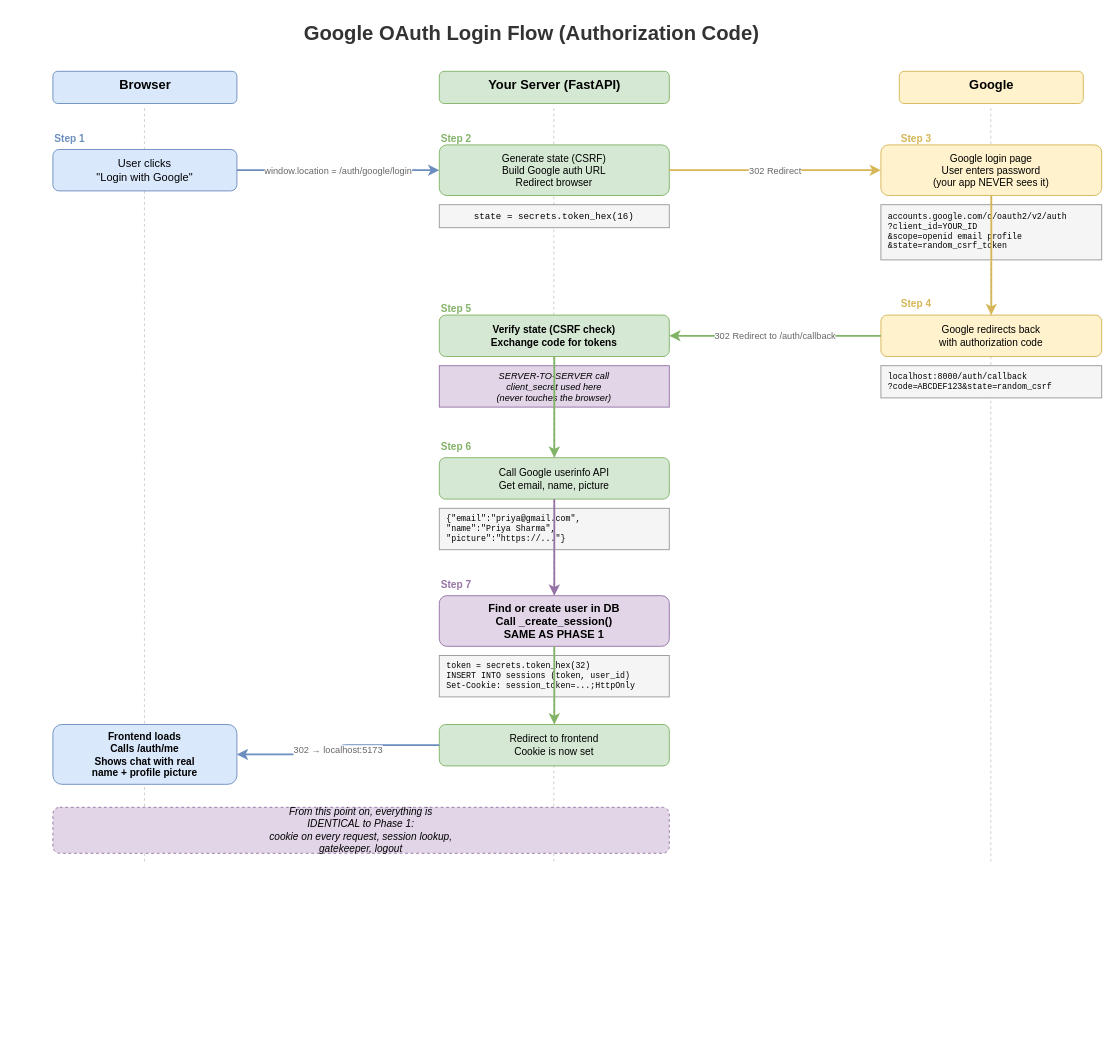
Above: diagrams/04-google-login-flow.drawio in fnusatvik07/sso-authbasics (draw.io), before the change. Source tidied: cells renumbered, new cells numbered last; positions are measured from the earlier drawing's top-left corner, leaving out a move shared by most shapes. Both pictures are drawn from the tidied source at 92%, with x=0, y=0 at pixel (52, 16).
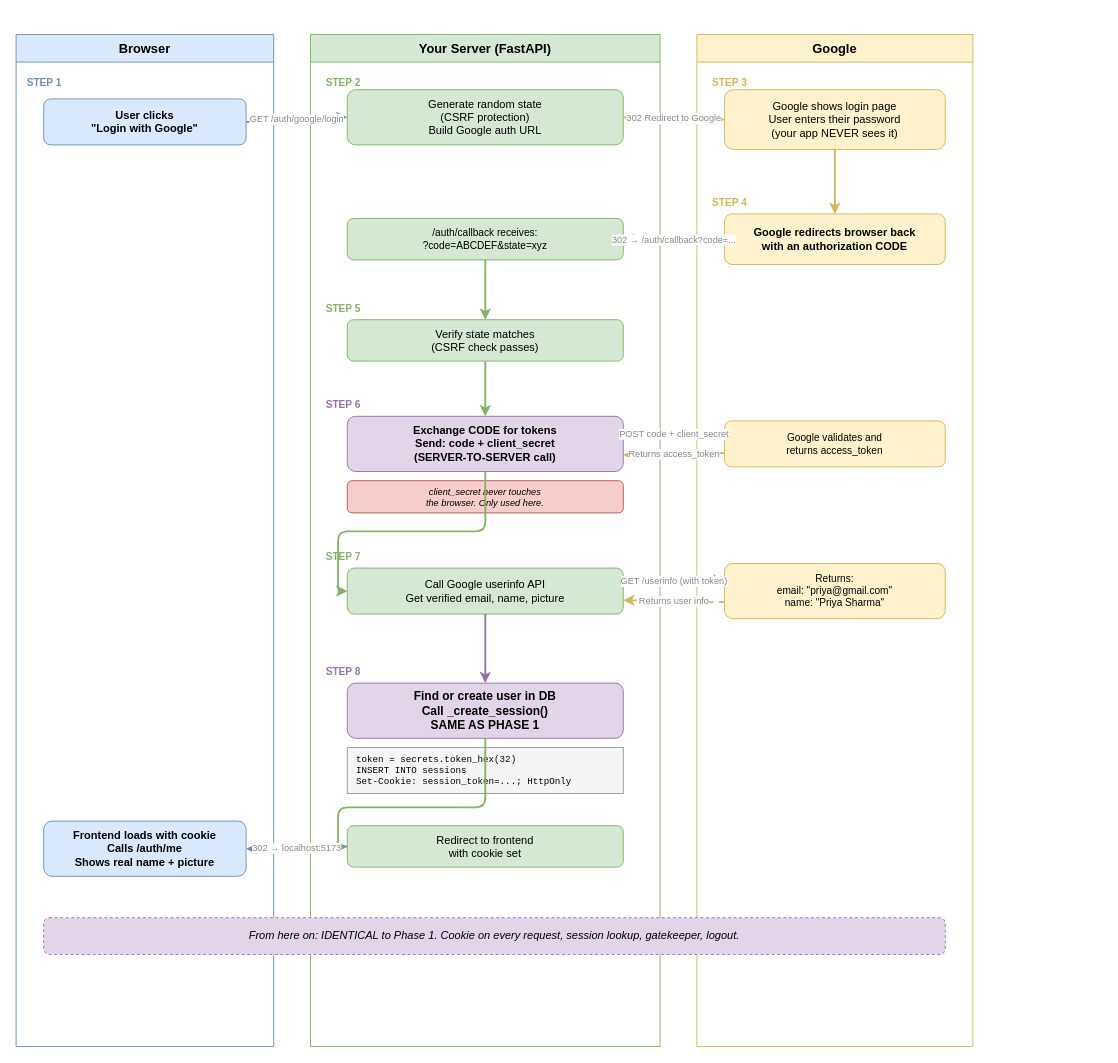
After the change.

Commit message (it also covers changes not shown here):
Rebuild diagrams 04 and 05 for clarity

Diff of the diagram source:
```diff
@@
-    <mxCell id="2" value="Google OAuth Login Flow (Authorization Code)" style="text;html=1;fontSize=22;fontStyle=1;fillColor=none;strokeColor=none;fontColor=#333333;align=center;" parent="1" vertex="1">
-      <mxGeometry x="270" width="500" height="40" as="geometry" />
-    </mxCell>
-    <mxCell id="3" value="Browser" style="text;html=1;fontSize=14;fontStyle=1;fillColor=#dae8fc;strokeColor=#6c8ebf;align=center;rounded=1;" parent="1" vertex="1">
-      <mxGeometry y="60" width="200" height="35" as="geometry" />
+    <mxCell id="3" value="Browser" style="swimlane;startSize=30;fillColor=#dae8fc;strokeColor=#6c8ebf;fontStyle=1;fontSize=14;" parent="1" vertex="1">
+      <mxGeometry x="-40" y="20" width="280" height="1100" as="geometry" />
     </mxCell>
-    <mxCell id="4" value="Your Server (FastAPI)" style="text;html=1;fontSize=14;fontStyle=1;fillColor=#d5e8d4;strokeColor=#82b366;align=center;rounded=1;" parent="1" vertex="1">
-      <mxGeometry x="420" y="60" width="250" height="35" as="geometry" />
+    <mxCell id="4" value="Your Server (FastAPI)" style="swimlane;startSize=30;fillColor=#d5e8d4;strokeColor=#82b366;fontStyle=1;fontSize=14;" parent="1" vertex="1">
+      <mxGeometry x="280" y="20" width="380" height="1100" as="geometry" />
     </mxCell>
-    <mxCell id="5" value="Google" style="text;html=1;fontSize=14;fontStyle=1;fillColor=#fff2cc;strokeColor=#d6b656;align=center;rounded=1;" parent="1" vertex="1">
-      <mxGeometry x="920" y="60" width="200" height="35" as="geometry" />
+    <mxCell id="5" value="Google" style="swimlane;startSize=30;fillColor=#fff2cc;strokeColor=#d6b656;fontStyle=1;fontSize=14;" parent="1" vertex="1">
+      <mxGeometry x="700" y="20" width="300" height="1100" as="geometry" />
     </mxCell>
-    <mxCell id="6" style="line;strokeWidth=1;strokeColor=#cccccc;dashed=1;direction=south;" parent="1" vertex="1">
-      <mxGeometry x="99" y="100" width="1" height="820" as="geometry" />
-    </mxCell>
-    <mxCell id="7" style="line;strokeWidth=1;strokeColor=#cccccc;dashed=1;direction=south;" parent="1" vertex="1">
-      <mxGeometry x="544" y="100" width="1" height="820" as="geometry" />
-    </mxCell>
-    <mxCell id="8" style="line;strokeWidth=1;strokeColor=#cccccc;dashed=1;direction=south;" parent="1" vertex="1">
-      <mxGeometry x="1019" y="100" width="1" height="820" as="geometry" />
-    </mxCell>
-    <mxCell id="9" value="Step 1" style="text;html=1;fontSize=11;fontStyle=1;fillColor=none;strokeColor=none;fontColor=#6c8ebf;" parent="1" vertex="1">
-      <mxGeometry y="120" width="60" height="20" as="geometry" />
-    </mxCell>
+    <mxCell id="40" value="STEP 1" style="text;html=1;fontSize=11;fontStyle=1;fillColor=none;strokeColor=none;fontColor=#6c8ebf;" parent="1" vertex="1">
+      <mxGeometry x="-30" y="60" width="60" height="20" as="geometry" />
+    </mxCell>
-    <mxCell id="10" value="User clicks&#10;&quot;Login with Google&quot;" style="rounded=1;whiteSpace=wrap;html=1;fillColor=#dae8fc;strokeColor=#6c8ebf;fontSize=12;" parent="1" vertex="1">
-      <mxGeometry y="145" width="200" height="45" as="geometry" />
+    <mxCell id="10" value="User clicks&#10;&quot;Login with Google&quot;" style="rounded=1;whiteSpace=wrap;html=1;fillColor=#dae8fc;strokeColor=#6c8ebf;fontSize=12;fontStyle=1;" parent="1" vertex="1">
+      <mxGeometry x="-10" y="90" width="220" height="50" as="geometry" />
     </mxCell>
-    <mxCell id="11" value="window.location = /auth/google/login" style="edgeStyle=orthogonalEdgeStyle;rounded=1;html=1;strokeColor=#6c8ebf;strokeWidth=2;fontSize=10;fontColor=#666666;" parent="1" edge="1" source="10" target="13">
+    <mxCell id="11" value="GET /auth/google/login" style="edgeStyle=orthogonalEdgeStyle;rounded=1;jettySize=auto;html=1;strokeColor=#6c8ebf;strokeWidth=2;fontSize=10;fontColor=#888888;" parent="1" edge="1" source="10" target="13">
       <mxGeometry relative="1" as="geometry" />
     </mxCell>
-    <mxCell id="12" value="Step 2" style="text;html=1;fontSize=11;fontStyle=1;fillColor=none;strokeColor=none;fontColor=#82b366;" parent="1" vertex="1">
-      <mxGeometry x="420" y="120" width="60" height="20" as="geometry" />
-    </mxCell>
+    <mxCell id="41" value="STEP 2" style="text;html=1;fontSize=11;fontStyle=1;fillColor=none;strokeColor=none;fontColor=#82b366;" parent="1" vertex="1">
+      <mxGeometry x="295" y="60" width="60" height="20" as="geometry" />
+    </mxCell>
-    <mxCell id="13" value="Generate state (CSRF)&#10;Build Google auth URL&#10;Redirect browser" style="rounded=1;whiteSpace=wrap;html=1;fillColor=#d5e8d4;strokeColor=#82b366;fontSize=11;" parent="1" vertex="1">
-      <mxGeometry x="420" y="140" width="250" height="55" as="geometry" />
+    <mxCell id="13" value="Generate random state&#10;(CSRF protection)&#10;Build Google auth URL" style="rounded=1;whiteSpace=wrap;html=1;fillColor=#d5e8d4;strokeColor=#82b366;fontSize=12;" parent="1" vertex="1">
+      <mxGeometry x="320" y="80" width="300" height="60" as="geometry" />
     </mxCell>
-    <mxCell id="14" value="state = secrets.token_hex(16)" style="rounded=0;whiteSpace=wrap;html=1;fillColor=#f5f5f5;strokeColor=#999999;fontSize=10;fontFamily=Courier New;" parent="1" vertex="1">
-      <mxGeometry x="420" y="205" width="250" height="25" as="geometry" />
-    </mxCell>
-    <mxCell id="15" value="302 Redirect" style="edgeStyle=orthogonalEdgeStyle;rounded=1;html=1;strokeColor=#d6b656;strokeWidth=2;fontSize=10;fontColor=#666666;exitX=1;exitY=0.5;exitDx=0;exitDy=0;entryX=0;entryY=0.5;entryDx=0;entryDy=0;" parent="1" edge="1" source="13" target="17">
+    <mxCell id="15" value="302 Redirect to Google" style="edgeStyle=orthogonalEdgeStyle;rounded=1;jettySize=auto;html=1;strokeColor=#d6b656;strokeWidth=2;fontSize=10;fontColor=#888888;exitX=1;exitY=0.5;exitDx=0;exitDy=0;entryX=0;entryY=0.5;entryDx=0;entryDy=0;" parent="1" edge="1" source="13" target="17">
       <mxGeometry relative="1" as="geometry" />
     </mxCell>
-    <mxCell id="16" value="Step 3" style="text;html=1;fontSize=11;fontStyle=1;fillColor=none;strokeColor=none;fontColor=#d6b656;" parent="1" vertex="1">
-      <mxGeometry x="920" y="120" width="60" height="20" as="geometry" />
-    </mxCell>
+    <mxCell id="42" value="STEP 3" style="text;html=1;fontSize=11;fontStyle=1;fillColor=none;strokeColor=none;fontColor=#d6b656;" parent="1" vertex="1">
+      <mxGeometry x="715" y="60" width="60" height="20" as="geometry" />
+    </mxCell>
-    <mxCell id="17" value="Google login page&#10;User enters password&#10;(your app NEVER sees it)" style="rounded=1;whiteSpace=wrap;html=1;fillColor=#fff2cc;strokeColor=#d6b656;fontSize=11;fontStyle=0;" parent="1" vertex="1">
-      <mxGeometry x="900" y="140" width="240" height="55" as="geometry" />
+    <mxCell id="17" value="Google shows login page&#10;User enters their password&#10;(your app NEVER sees it)" style="rounded=1;whiteSpace=wrap;html=1;fillColor=#fff2cc;strokeColor=#d6b656;fontSize=12;" parent="1" vertex="1">
+      <mxGeometry x="730" y="80" width="240" height="65" as="geometry" />
     </mxCell>
-    <mxCell id="18" value="accounts.google.com/o/oauth2/v2/auth&#10;?client_id=YOUR_ID&#10;&amp;scope=openid email profile&#10;&amp;state=random_csrf_token" style="rounded=0;whiteSpace=wrap;html=1;fillColor=#f5f5f5;strokeColor=#999999;fontSize=9;fontFamily=Courier New;align=left;spacingLeft=6;" parent="1" vertex="1">
-      <mxGeometry x="900" y="205" width="240" height="60" as="geometry" />
-    </mxCell>
-    <mxCell id="19" value="Step 4" style="text;html=1;fontSize=11;fontStyle=1;fillColor=none;strokeColor=none;fontColor=#d6b656;" parent="1" vertex="1">
-      <mxGeometry x="920" y="300" width="60" height="20" as="geometry" />
-    </mxCell>
+    <mxCell id="43" value="STEP 4" style="text;html=1;fontSize=11;fontStyle=1;fillColor=none;strokeColor=none;fontColor=#d6b656;" parent="1" vertex="1">
+      <mxGeometry x="715" y="190" width="60" height="20" as="geometry" />
+    </mxCell>
-    <mxCell id="20" value="Google redirects back&#10;with authorization code" style="rounded=1;whiteSpace=wrap;html=1;fillColor=#fff2cc;strokeColor=#d6b656;fontSize=11;" parent="1" vertex="1">
-      <mxGeometry x="900" y="325" width="240" height="45" as="geometry" />
+    <mxCell id="20" value="Google redirects browser back&#10;with an authorization CODE" style="rounded=1;whiteSpace=wrap;html=1;fillColor=#fff2cc;strokeColor=#d6b656;fontSize=12;fontStyle=1;" parent="1" vertex="1">
+      <mxGeometry x="730" y="215" width="240" height="55" as="geometry" />
     </mxCell>
-    <mxCell id="21" value="localhost:8000/auth/callback&#10;?code=ABCDEF123&amp;state=random_csrf" style="rounded=0;whiteSpace=wrap;html=1;fillColor=#f5f5f5;strokeColor=#999999;fontSize=9;fontFamily=Courier New;align=left;spacingLeft=6;" parent="1" vertex="1">
-      <mxGeometry x="900" y="380" width="240" height="35" as="geometry" />
-    </mxCell>
-    <mxCell id="22" style="edgeStyle=orthogonalEdgeStyle;rounded=1;html=1;strokeColor=#d6b656;strokeWidth=2;" parent="1" edge="1" source="17" target="20">
+    <mxCell id="22" style="edgeStyle=orthogonalEdgeStyle;rounded=1;jettySize=auto;html=1;strokeColor=#d6b656;strokeWidth=2;" parent="1" edge="1" source="17" target="20">
       <mxGeometry relative="1" as="geometry" />
     </mxCell>
-    <mxCell id="23" value="302 Redirect to /auth/callback" style="edgeStyle=orthogonalEdgeStyle;rounded=1;html=1;strokeColor=#82b366;strokeWidth=2;fontSize=10;fontColor=#666666;exitX=0;exitY=0.5;exitDx=0;exitDy=0;entryX=1;entryY=0.5;entryDx=0;entryDy=0;" parent="1" edge="1" source="20" target="25">
-      <mxGeometry relative="1" as="geometry" />
-    </mxCell>
-    <mxCell id="24" value="Step 5" style="text;html=1;fontSize=11;fontStyle=1;fillColor=none;strokeColor=none;fontColor=#82b366;" parent="1" vertex="1">
-      <mxGeometry x="420" y="305" width="60" height="20" as="geometry" />
-    </mxCell>
+    <mxCell id="44" value="/auth/callback receives:&#10;?code=ABCDEF&amp;state=xyz" style="rounded=1;whiteSpace=wrap;html=1;fillColor=#d5e8d4;strokeColor=#82b366;fontSize=11;" parent="1" vertex="1">
+      <mxGeometry x="320" y="220" width="300" height="45" as="geometry" />
+    </mxCell>
+    <mxCell id="45" value="302 → /auth/callback?code=..." style="edgeStyle=orthogonalEdgeStyle;rounded=1;jettySize=auto;html=1;strokeColor=#82b366;strokeWidth=2;fontSize=10;fontColor=#888888;exitX=0;exitY=0.5;exitDx=0;exitDy=0;entryX=1;entryY=0.5;entryDx=0;entryDy=0;" parent="1" edge="1" source="20" target="44">
+      <mxGeometry relative="1" as="geometry" />
+    </mxCell>
+    <mxCell id="46" value="STEP 5" style="text;html=1;fontSize=11;fontStyle=1;fillColor=none;strokeColor=none;fontColor=#82b366;" parent="1" vertex="1">
+      <mxGeometry x="295" y="305" width="60" height="20" as="geometry" />
+    </mxCell>
-    <mxCell id="25" value="Verify state (CSRF check)&#10;Exchange code for tokens" style="rounded=1;whiteSpace=wrap;html=1;fillColor=#d5e8d4;strokeColor=#82b366;fontSize=11;fontStyle=1;" parent="1" vertex="1">
-      <mxGeometry x="420" y="325" width="250" height="45" as="geometry" />
+    <mxCell id="25" value="Verify state matches&#10;(CSRF check passes)" style="rounded=1;whiteSpace=wrap;html=1;fillColor=#d5e8d4;strokeColor=#82b366;fontSize=12;" parent="1" vertex="1">
+      <mxGeometry x="320" y="330" width="300" height="45" as="geometry" />
     </mxCell>
-    <mxCell id="26" value="SERVER-TO-SERVER call&#10;client_secret used here&#10;(never touches the browser)" style="rounded=0;whiteSpace=wrap;html=1;fillColor=#e1d5e7;strokeColor=#9673a6;fontSize=10;fontStyle=2;" parent="1" vertex="1">
-      <mxGeometry x="420" y="380" width="250" height="45" as="geometry" />
-    </mxCell>
-    <mxCell id="27" value="Step 6" style="text;html=1;fontSize=11;fontStyle=1;fillColor=none;strokeColor=none;fontColor=#82b366;" parent="1" vertex="1">
-      <mxGeometry x="420" y="455" width="60" height="20" as="geometry" />
-    </mxCell>
+    <mxCell id="47" style="edgeStyle=orthogonalEdgeStyle;rounded=1;jettySize=auto;html=1;strokeColor=#82b366;strokeWidth=2;" parent="1" edge="1" source="44" target="25">
+      <mxGeometry relative="1" as="geometry" />
+    </mxCell>
+    <mxCell id="48" value="STEP 6" style="text;html=1;fontSize=11;fontStyle=1;fillColor=none;strokeColor=none;fontColor=#9673a6;" parent="1" vertex="1">
+      <mxGeometry x="295" y="410" width="60" height="20" as="geometry" />
+    </mxCell>
-    <mxCell id="28" value="Call Google userinfo API&#10;Get email, name, picture" style="rounded=1;whiteSpace=wrap;html=1;fillColor=#d5e8d4;strokeColor=#82b366;fontSize=11;" parent="1" vertex="1">
-      <mxGeometry x="420" y="480" width="250" height="45" as="geometry" />
+    <mxCell id="28" value="Exchange CODE for tokens&#10;Send: code + client_secret&#10;(SERVER-TO-SERVER call)" style="rounded=1;whiteSpace=wrap;html=1;fillColor=#e1d5e7;strokeColor=#9673a6;fontSize=12;fontStyle=1;" parent="1" vertex="1">
+      <mxGeometry x="320" y="435" width="300" height="60" as="geometry" />
     </mxCell>
-    <mxCell id="29" value="{&quot;email&quot;:&quot;priya@gmail.com&quot;,&#10; &quot;name&quot;:&quot;Priya Sharma&quot;,&#10; &quot;picture&quot;:&quot;https://...&quot;}" style="rounded=0;whiteSpace=wrap;html=1;fillColor=#f5f5f5;strokeColor=#999999;fontSize=9;fontFamily=Courier New;align=left;spacingLeft=6;" parent="1" vertex="1">
-      <mxGeometry x="420" y="535" width="250" height="45" as="geometry" />
-    </mxCell>
-    <mxCell id="30" style="edgeStyle=orthogonalEdgeStyle;rounded=1;html=1;strokeColor=#82b366;strokeWidth=2;" parent="1" edge="1" source="25" target="28">
+    <mxCell id="30" style="edgeStyle=orthogonalEdgeStyle;rounded=1;jettySize=auto;html=1;strokeColor=#82b366;strokeWidth=2;" parent="1" edge="1" source="25" target="28">
       <mxGeometry relative="1" as="geometry" />
     </mxCell>
-    <mxCell id="31" value="Step 7" style="text;html=1;fontSize=11;fontStyle=1;fillColor=none;strokeColor=none;fontColor=#9673a6;" parent="1" vertex="1">
-      <mxGeometry x="420" y="605" width="60" height="20" as="geometry" />
-    </mxCell>
+    <mxCell id="49" value="Google validates and&#10;returns access_token" style="rounded=1;whiteSpace=wrap;html=1;fillColor=#fff2cc;strokeColor=#d6b656;fontSize=11;" parent="1" vertex="1">
+      <mxGeometry x="730" y="440" width="240" height="50" as="geometry" />
+    </mxCell>
+    <mxCell id="50" value="POST code + client_secret" style="edgeStyle=orthogonalEdgeStyle;rounded=1;jettySize=auto;html=1;strokeColor=#9673a6;strokeWidth=2;fontSize=10;fontColor=#888888;exitX=1;exitY=0.3;exitDx=0;exitDy=0;entryX=0;entryY=0.3;entryDx=0;entryDy=0;" parent="1" edge="1" source="28" target="49">
+      <mxGeometry relative="1" as="geometry" />
+    </mxCell>
+    <mxCell id="51" value="Returns access_token" style="edgeStyle=orthogonalEdgeStyle;rounded=1;jettySize=auto;html=1;strokeColor=#d6b656;strokeWidth=2;dashed=1;fontSize=10;fontColor=#888888;exitX=0;exitY=0.7;exitDx=0;exitDy=0;entryX=1;entryY=0.7;entryDx=0;entryDy=0;" parent="1" edge="1" source="49" target="28">
+      <mxGeometry relative="1" as="geometry" />
+    </mxCell>
+    <mxCell id="52" value="client_secret never touches&#10;the browser. Only used here." style="rounded=1;whiteSpace=wrap;html=1;fillColor=#f8cecc;strokeColor=#b85450;fontSize=10;fontStyle=2;align=center;" parent="1" vertex="1">
+      <mxGeometry x="320" y="505" width="300" height="35" as="geometry" />
+    </mxCell>
+    <mxCell id="53" value="STEP 7" style="text;html=1;fontSize=11;fontStyle=1;fillColor=none;strokeColor=none;fontColor=#82b366;" parent="1" vertex="1">
+      <mxGeometry x="295" y="575" width="60" height="20" as="geometry" />
+    </mxCell>
-    <mxCell id="32" value="Find or create user in DB&#10;Call _create_session()&#10;SAME AS PHASE 1" style="rounded=1;whiteSpace=wrap;html=1;fillColor=#e1d5e7;strokeColor=#9673a6;fontSize=12;fontStyle=1;" parent="1" vertex="1">
-      <mxGeometry x="420" y="630" width="250" height="55" as="geometry" />
+    <mxCell id="32" value="Call Google userinfo API&#10;Get verified email, name, picture" style="rounded=1;whiteSpace=wrap;html=1;fillColor=#d5e8d4;strokeColor=#82b366;fontSize=12;" parent="1" vertex="1">
+      <mxGeometry x="320" y="600" width="300" height="50" as="geometry" />
     </mxCell>
-    <mxCell id="33" value="token = secrets.token_hex(32)&#10;INSERT INTO sessions (token, user_id)&#10;Set-Cookie: session_token=...;HttpOnly" style="rounded=0;whiteSpace=wrap;html=1;fillColor=#f5f5f5;strokeColor=#999999;fontSize=9;fontFamily=Courier New;align=left;spacingLeft=6;" parent="1" vertex="1">
-      <mxGeometry x="420" y="695" width="250" height="45" as="geometry" />
-    </mxCell>
-    <mxCell id="34" style="edgeStyle=orthogonalEdgeStyle;rounded=1;html=1;strokeColor=#9673a6;strokeWidth=2;" parent="1" edge="1" source="28" target="32">
-      <mxGeometry relative="1" as="geometry" />
+    <mxCell id="34" style="edgeStyle=orthogonalEdgeStyle;rounded=1;jettySize=auto;html=1;strokeColor=#82b366;strokeWidth=2;" parent="1" edge="1" source="28" target="32">
+      <mxGeometry relative="1" as="geometry">
+        <Array as="points">
+          <mxPoint x="310" y="560" />
+          <mxPoint x="310" y="625" />
+        </Array>
+      </mxGeometry>
     </mxCell>
+    <mxCell id="54" value="Returns:&#10;email: &quot;priya@gmail.com&quot;&#10;name: &quot;Priya Sharma&quot;" style="rounded=1;whiteSpace=wrap;html=1;fillColor=#fff2cc;strokeColor=#d6b656;fontSize=11;" parent="1" vertex="1">
+      <mxGeometry x="730" y="595" width="240" height="60" as="geometry" />
+    </mxCell>
+    <mxCell id="55" value="GET /userinfo (with token)" style="edgeStyle=orthogonalEdgeStyle;rounded=1;jettySize=auto;html=1;strokeColor=#82b366;strokeWidth=2;fontSize=10;fontColor=#888888;exitX=1;exitY=0.3;exitDx=0;exitDy=0;entryX=0;entryY=0.3;entryDx=0;entryDy=0;" parent="1" edge="1" source="32" target="54">
+      <mxGeometry relative="1" as="geometry" />
+    </mxCell>
+    <mxCell id="56" value="Returns user info" style="edgeStyle=orthogonalEdgeStyle;rounded=1;jettySize=auto;html=1;strokeColor=#d6b656;strokeWidth=2;dashed=1;fontSize=10;fontColor=#888888;exitX=0;exitY=0.7;exitDx=0;exitDy=0;entryX=1;entryY=0.7;entryDx=0;entryDy=0;" parent="1" edge="1" source="54" target="32">
+      <mxGeometry relative="1" as="geometry" />
+    </mxCell>
+    <mxCell id="57" value="STEP 8" style="text;html=1;fontSize=11;fontStyle=1;fillColor=none;strokeColor=none;fontColor=#9673a6;" parent="1" vertex="1">
+      <mxGeometry x="295" y="700" width="60" height="20" as="geometry" />
+    </mxCell>
-    <mxCell id="35" value="Redirect to frontend&#10;Cookie is now set" style="rounded=1;whiteSpace=wrap;html=1;fillColor=#d5e8d4;strokeColor=#82b366;fontSize=11;" parent="1" vertex="1">
-      <mxGeometry x="420" y="770" width="250" height="45" as="geometry" />
+    <mxCell id="35" value="Find or create user in DB&#10;Call _create_session()&#10;SAME AS PHASE 1" style="rounded=1;whiteSpace=wrap;html=1;fillColor=#e1d5e7;strokeColor=#9673a6;fontSize=13;fontStyle=1;" parent="1" vertex="1">
+      <mxGeometry x="320" y="725" width="300" height="60" as="geometry" />
     </mxCell>
-    <mxCell id="36" style="edgeStyle=orthogonalEdgeStyle;rounded=1;html=1;strokeColor=#82b366;strokeWidth=2;" parent="1" edge="1" source="32" target="35">
+    <mxCell id="36" style="edgeStyle=orthogonalEdgeStyle;rounded=1;jettySize=auto;html=1;strokeColor=#9673a6;strokeWidth=2;" parent="1" edge="1" source="32" target="35">
       <mxGeometry relative="1" as="geometry" />
     </mxCell>
+    <mxCell id="58" value="token = secrets.token_hex(32)&#10;INSERT INTO sessions&#10;Set-Cookie: session_token=...; HttpOnly" style="rounded=0;whiteSpace=wrap;html=1;fillColor=#f5f5f5;strokeColor=#999999;fontSize=10;fontFamily=Courier New;align=left;spacingLeft=8;" parent="1" vertex="1">
+      <mxGeometry x="320" y="795" width="300" height="50" as="geometry" />
+    </mxCell>
-    <mxCell id="37" value="Frontend loads&#10;Calls /auth/me&#10;Shows chat with real&#10;name + profile picture" style="rounded=1;whiteSpace=wrap;html=1;fillColor=#dae8fc;strokeColor=#6c8ebf;fontSize=11;fontStyle=1;" parent="1" vertex="1">
-      <mxGeometry y="770" width="200" height="65" as="geometry" />
+    <mxCell id="37" value="Redirect to frontend&#10;with cookie set" style="rounded=1;whiteSpace=wrap;html=1;fillColor=#d5e8d4;strokeColor=#82b366;fontSize=12;" parent="1" vertex="1">
+      <mxGeometry x="320" y="880" width="300" height="45" as="geometry" />
     </mxCell>
+    <mxCell id="59" style="edgeStyle=orthogonalEdgeStyle;rounded=1;jettySize=auto;html=1;strokeColor=#82b366;strokeWidth=2;" parent="1" edge="1" source="35" target="37">
+      <mxGeometry relative="1" as="geometry">
+        <Array as="points">
+          <mxPoint x="310" y="860" />
+          <mxPoint x="310" y="903" />
+        </Array>
+      </mxGeometry>
+    </mxCell>
+    <mxCell id="60" value="Frontend loads with cookie&#10;Calls /auth/me&#10;Shows real name + picture" style="rounded=1;whiteSpace=wrap;html=1;fillColor=#dae8fc;strokeColor=#6c8ebf;fontSize=12;fontStyle=1;" parent="1" vertex="1">
+      <mxGeometry x="-10" y="875" width="220" height="60" as="geometry" />
+    </mxCell>
-    <mxCell id="38" value="302 → localhost:5173" style="edgeStyle=orthogonalEdgeStyle;rounded=1;html=1;strokeColor=#6c8ebf;strokeWidth=2;fontSize=10;fontColor=#666666;exitX=0;exitY=0.5;exitDx=0;exitDy=0;entryX=1;entryY=0.5;entryDx=0;entryDy=0;" parent="1" edge="1" source="35" target="37">
+    <mxCell id="38" value="302 → localhost:5173" style="edgeStyle=orthogonalEdgeStyle;rounded=1;jettySize=auto;html=1;strokeColor=#6c8ebf;strokeWidth=2;fontSize=10;fontColor=#888888;exitX=0;exitY=0.5;exitDx=0;exitDy=0;entryX=1;entryY=0.5;entryDx=0;entryDy=0;" parent="1" edge="1" source="37" target="60">
       <mxGeometry relative="1" as="geometry" />
     </mxCell>
-    <mxCell id="39" value="From this point on, everything is&#10;IDENTICAL to Phase 1:&#10;cookie on every request, session lookup,&#10;gatekeeper, logout" style="rounded=1;whiteSpace=wrap;html=1;fillColor=#e1d5e7;strokeColor=#9673a6;fontSize=11;fontStyle=2;align=center;dashed=1;" parent="1" vertex="1">
-      <mxGeometry y="860" width="670" height="50" as="geometry" />
-    </mxCell>
+    <mxCell id="61" value="From here on: IDENTICAL to Phase 1. Cookie on every request, session lookup, gatekeeper, logout." style="rounded=1;whiteSpace=wrap;html=1;fillColor=#e1d5e7;strokeColor=#9673a6;fontSize=12;fontStyle=2;align=center;dashed=1;" parent="1" vertex="1">
+      <mxGeometry x="-10" y="980" width="980" height="40" as="geometry" />
+    </mxCell>
```
